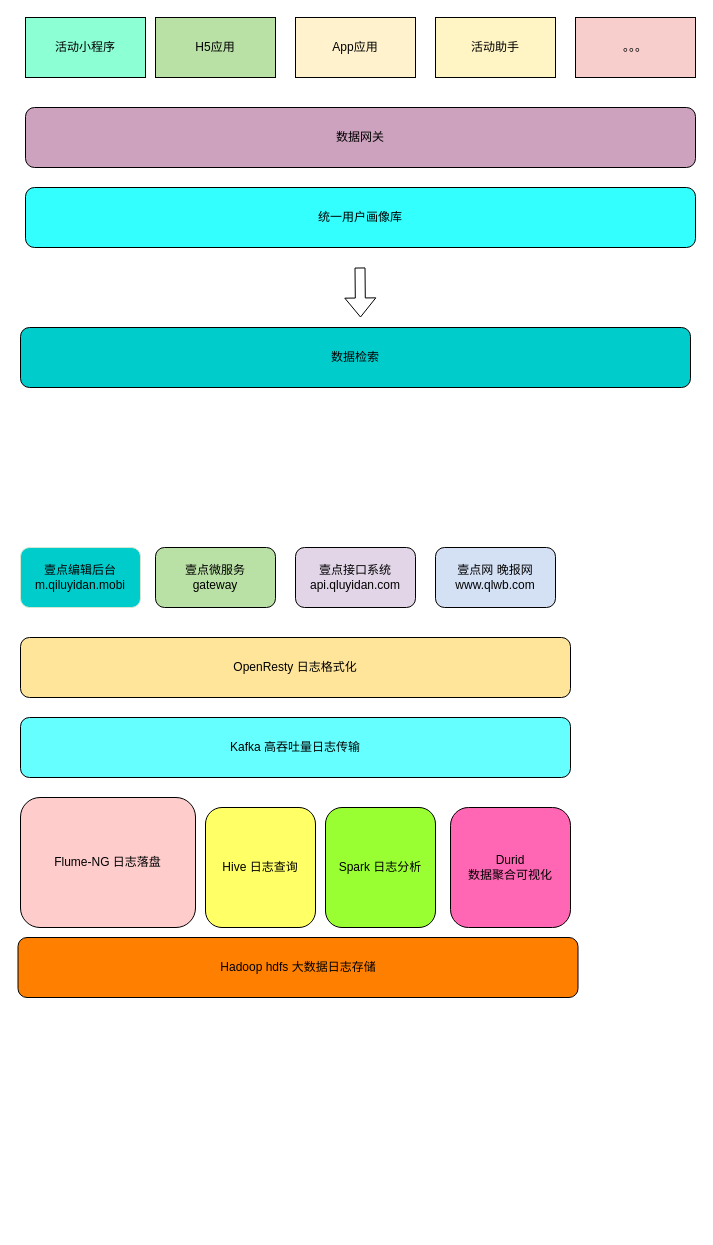
The draw.io diagram Untitled Diagram.drawio in cuisc13/apple-dot-com, before the edit. Source tidied: cells renumbered, new cells numbered last; positions are measured from the earlier drawing's top-left corner, leaving out a move shared by most shapes. Both pictures are drawn from the tidied source at 100%, with x=0, y=0 at pixel (17, 17).
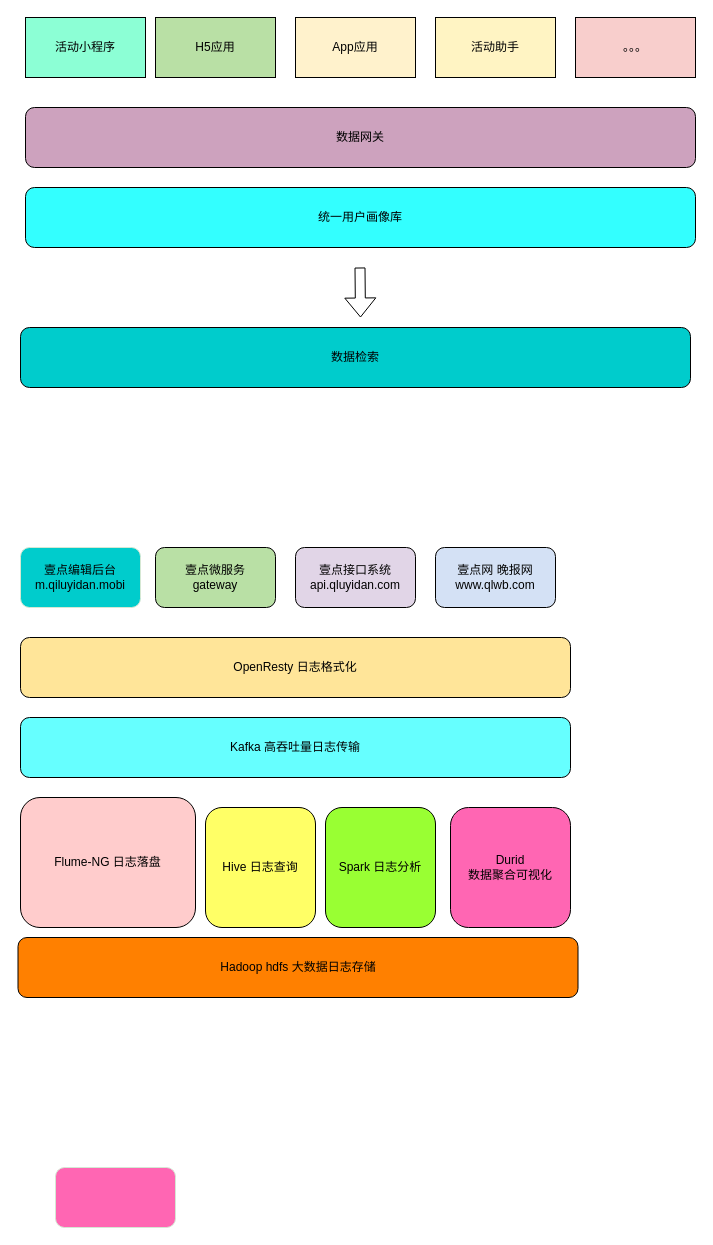
The same diagram, later.

The edit, as a diff of the source:
```diff
@@
+    <mxCell id="22" style="rounded=1;whiteSpace=wrap;html=1;strokeColor=#D5E8D4;fillColor=#FF66B3;" parent="1" vertex="1">
+      <mxGeometry x="38" y="1150" width="120" height="60" as="geometry" />
+    </mxCell>
```
